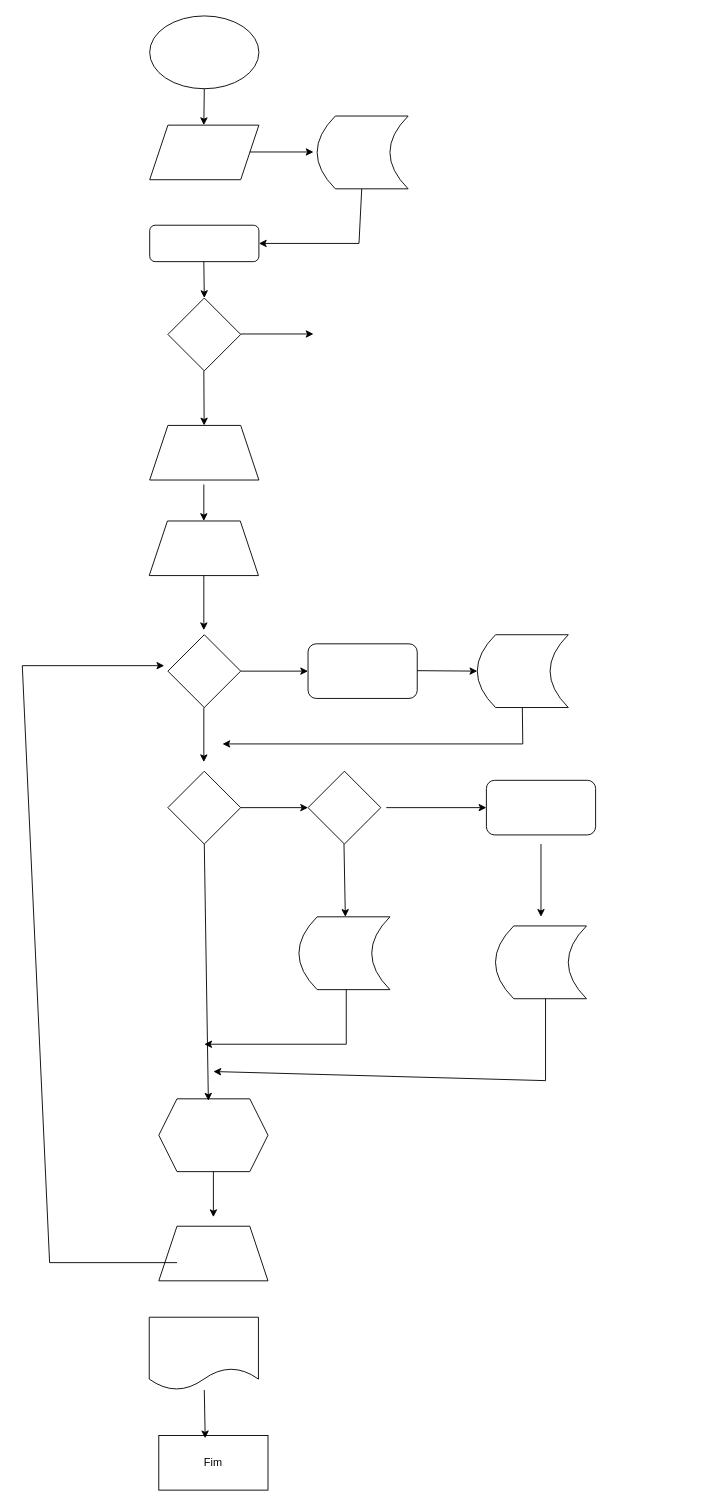
This is Diagrama sem nome.drawio from AlmirNet/back-end-logica-programcao-situacao-problema-, a draw.io file, before an edit. Source tidied: cells renumbered, new cells numbered last; positions are measured from the earlier drawing's top-left corner, leaving out a move shared by most shapes. Both pictures are drawn from the tidied source at 91%, with x=0, y=0 at pixel (22, 15).
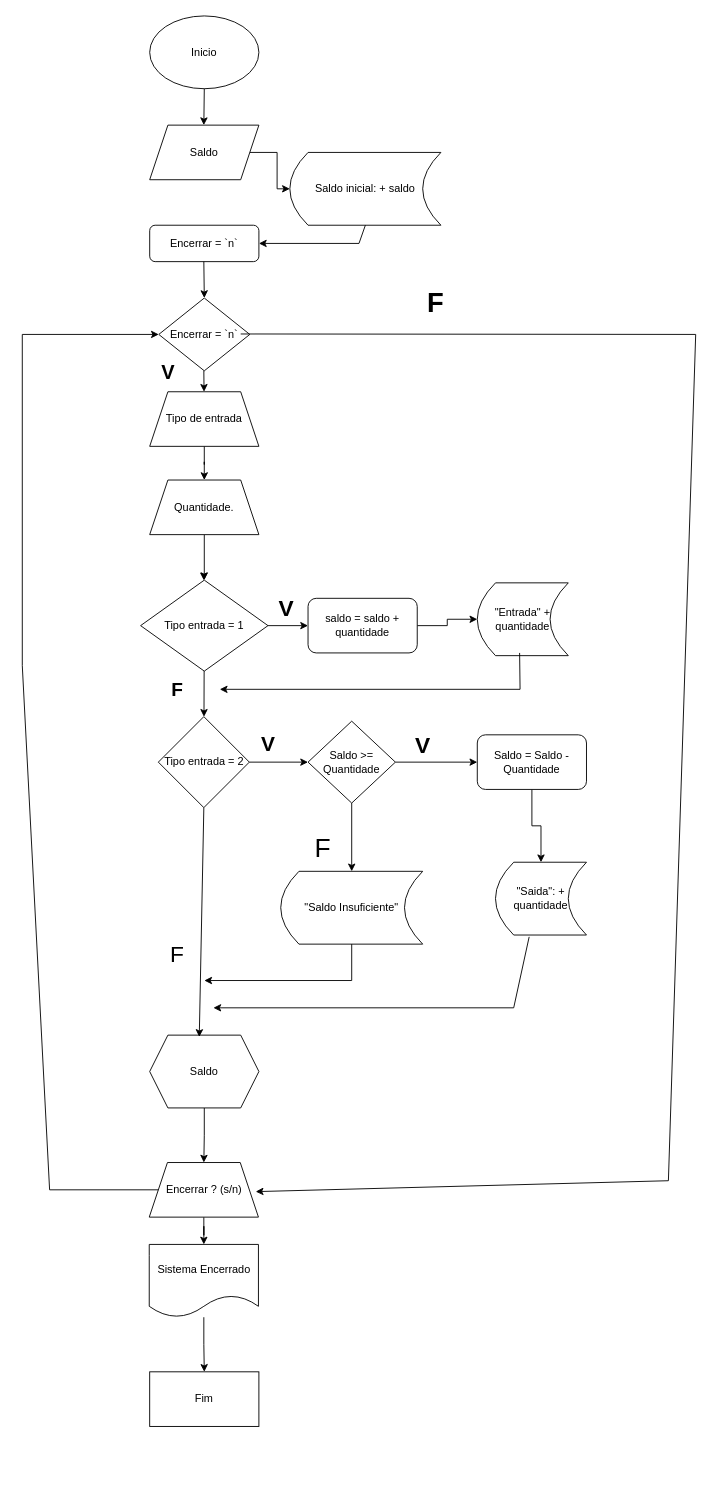
The same page after the edit.

Diff of the diagram source:
```diff
@@
-    <mxCell id="2" style="ellipse;whiteSpace=wrap;html=1;" parent="1" vertex="1">
+    <mxCell id="2" value="Inicio" style="ellipse;whiteSpace=wrap;html=1;" parent="1" vertex="1">
       <mxGeometry x="140" width="120" height="80" as="geometry" />
     </mxCell>
@@
+    <mxCell id="43" style="edgeStyle=orthogonalEdgeStyle;rounded=0;jettySize=auto;html=1;" parent="1" edge="1" source="4" target="5">
+      <mxGeometry relative="1" as="geometry" />
+    </mxCell>
-    <mxCell id="4" style="shape=parallelogram;perimeter=parallelogramPerimeter;whiteSpace=wrap;html=1;fixedSize=1;" parent="1" vertex="1">
+    <mxCell id="4" value="Saldo" style="shape=parallelogram;perimeter=parallelogramPerimeter;whiteSpace=wrap;html=1;fixedSize=1;" parent="1" vertex="1">
       <mxGeometry x="140" y="120" width="120" height="60" as="geometry" />
     </mxCell>
-    <mxCell id="5" style="shape=dataStorage;whiteSpace=wrap;html=1;fixedSize=1;" parent="1" vertex="1">
-      <mxGeometry x="324" y="110" width="100" height="80" as="geometry" />
+    <mxCell id="5" value="Saldo inicial: + saldo&lt;br&gt;" style="shape=dataStorage;whiteSpace=wrap;html=1;fixedSize=1;" parent="1" vertex="1">
+      <mxGeometry x="294" y="150" width="166" height="80" as="geometry" />
     </mxCell>
-    <mxCell id="6" style="endArrow=classic;html=1;rounded=0;" parent="1" edge="1">
-      <mxGeometry relative="1" as="geometry">
-        <mxPoint x="250" y="149.5" as="sourcePoint" />
-        <mxPoint x="320" y="149.5" as="targetPoint" />
-      </mxGeometry>
-    </mxCell>
-    <mxCell id="7" style="endArrow=classic;html=1;rounded=0;" parent="1" edge="1" target="8">
+    <mxCell id="7" style="endArrow=classic;html=1;rounded=0;exitX=0.5;exitY=1;exitDx=0;exitDy=0;" parent="1" edge="1" source="5" target="8">
       <mxGeometry relative="1" as="geometry">
-        <mxPoint x="373" y="190" as="sourcePoint" />
         <Array as="points">
           <mxPoint x="370" y="250" />
         </Array>
       </mxGeometry>
     </mxCell>
-    <mxCell id="8" style="rounded=1;whiteSpace=wrap;html=1;" parent="1" vertex="1">
+    <mxCell id="8" value="Encerrar = `n`" style="rounded=1;whiteSpace=wrap;html=1;" parent="1" vertex="1">
       <mxGeometry x="140" y="230" width="120" height="40" as="geometry" />
     </mxCell>
-    <mxCell id="9" style="rhombus;whiteSpace=wrap;html=1;" parent="1" vertex="1">
-      <mxGeometry x="160" y="310" width="80" height="80" as="geometry" />
+    <mxCell id="9" value="Encerrar = `n`" style="rhombus;whiteSpace=wrap;html=1;" parent="1" vertex="1">
+      <mxGeometry x="150" y="310" width="100" height="80" as="geometry" />
     </mxCell>
@@
-    <mxCell id="11" style="endArrow=classic;html=1;rounded=0;" parent="1" edge="1">
+    <mxCell id="11" style="endArrow=classic;html=1;rounded=0;entryX=0.975;entryY=0.533;entryDx=0;entryDy=0;entryPerimeter=0;" parent="1" edge="1" target="37">
       <mxGeometry relative="1" as="geometry">
         <mxPoint x="240" y="349.5" as="sourcePoint" />
-        <mxPoint x="320" y="349.5" as="targetPoint" />
+        <Array as="points">
+          <mxPoint x="740" y="350" />
+          <mxPoint x="710" y="1280" />
+        </Array>
       </mxGeometry>
     </mxCell>
@@
+    <mxCell id="44" style="edgeStyle=orthogonalEdgeStyle;rounded=0;jettySize=auto;html=1;" parent="1" edge="1" source="13" target="15">
+      <mxGeometry relative="1" as="geometry" />
+    </mxCell>
-    <mxCell id="13" style="shape=trapezoid;perimeter=trapezoidPerimeter;whiteSpace=wrap;html=1;fixedSize=1;" parent="1" vertex="1">
-      <mxGeometry x="140" y="450" width="120" height="60" as="geometry" />
+    <mxCell id="13" value="Tipo de entrada" style="shape=trapezoid;perimeter=trapezoidPerimeter;whiteSpace=wrap;html=1;fixedSize=1;" parent="1" vertex="1">
+      <mxGeometry x="140" y="413" width="120" height="60" as="geometry" />
     </mxCell>
@@
+    <mxCell id="45" style="edgeStyle=orthogonalEdgeStyle;rounded=0;jettySize=auto;html=1;" parent="1" edge="1" source="15" target="17">
+      <mxGeometry relative="1" as="geometry" />
+    </mxCell>
-    <mxCell id="15" style="shape=trapezoid;perimeter=trapezoidPerimeter;whiteSpace=wrap;html=1;fixedSize=1;" parent="1" vertex="1">
-      <mxGeometry x="139.5" y="555" width="120" height="60" as="geometry" />
+    <mxCell id="15" value="Quantidade." style="shape=trapezoid;perimeter=trapezoidPerimeter;whiteSpace=wrap;html=1;fixedSize=1;" parent="1" vertex="1">
+      <mxGeometry x="140" y="510" width="120" height="60" as="geometry" />
     </mxCell>
-    <mxCell id="16" style="endArrow=classic;html=1;rounded=0;" parent="1" edge="1">
+    <mxCell id="16" style="endArrow=classic;html=1;rounded=0;" parent="1" edge="1" target="17">
       <mxGeometry relative="1" as="geometry">
         <mxPoint x="199.5" y="615" as="sourcePoint" />
-        <mxPoint x="199.5" y="675" as="targetPoint" />
       </mxGeometry>
     </mxCell>
-    <mxCell id="17" style="rhombus;whiteSpace=wrap;html=1;" parent="1" vertex="1">
-      <mxGeometry x="160" y="680" width="80" height="80" as="geometry" />
+    <mxCell id="17" value="Tipo entrada = 1" style="rhombus;whiteSpace=wrap;html=1;" parent="1" vertex="1">
+      <mxGeometry x="130" y="620" width="140" height="100" as="geometry" />
     </mxCell>
@@
-    <mxCell id="19" style="endArrow=classic;html=1;rounded=0;" parent="1" edge="1">
-      <mxGeometry relative="1" as="geometry">
-        <mxPoint x="199.5" y="760" as="sourcePoint" />
-        <mxPoint x="199.5" y="820" as="targetPoint" />
-      </mxGeometry>
+    <mxCell id="19" style="endArrow=classic;html=1;rounded=0;" parent="1" edge="1" source="17" target="24">
+      <mxGeometry relative="1" as="geometry" />
     </mxCell>
+    <mxCell id="46" style="edgeStyle=orthogonalEdgeStyle;rounded=0;jettySize=auto;html=1;" parent="1" edge="1" source="20" target="22">
+      <mxGeometry relative="1" as="geometry" />
+    </mxCell>
-    <mxCell id="20" style="rounded=1;whiteSpace=wrap;html=1;" parent="1" vertex="1">
-      <mxGeometry x="314" y="690" width="120" height="60" as="geometry" />
+    <mxCell id="20" value="saldo = saldo + quantidade" style="rounded=1;whiteSpace=wrap;html=1;" parent="1" vertex="1">
+      <mxGeometry x="314" y="640" width="120" height="60" as="geometry" />
     </mxCell>
-    <mxCell id="21" style="endArrow=classic;html=1;rounded=0;" parent="1" edge="1">
-      <mxGeometry relative="1" as="geometry">
-        <mxPoint x="434" y="719.5" as="sourcePoint" />
-        <mxPoint x="500" y="720" as="targetPoint" />
-      </mxGeometry>
-    </mxCell>
-    <mxCell id="22" style="shape=dataStorage;whiteSpace=wrap;html=1;fixedSize=1;" parent="1" vertex="1">
-      <mxGeometry x="500" y="680" width="100" height="80" as="geometry" />
+    <mxCell id="22" value="&quot;Entrada&quot; + quantidade" style="shape=dataStorage;whiteSpace=wrap;html=1;fixedSize=1;" parent="1" vertex="1">
+      <mxGeometry x="500" y="623" width="100" height="80" as="geometry" />
     </mxCell>
     <mxCell id="23" style="endArrow=classic;html=1;rounded=0;" parent="1" edge="1">
       <mxGeometry relative="1" as="geometry">
-        <mxPoint x="549.5" y="760" as="sourcePoint" />
-        <mxPoint x="220" y="800" as="targetPoint" />
+        <mxPoint x="546.5" y="700" as="sourcePoint" />
+        <mxPoint x="217" y="740" as="targetPoint" />
         <Array as="points">
-          <mxPoint x="550" y="800" />
+          <mxPoint x="547" y="740" />
         </Array>
       </mxGeometry>
     </mxCell>
-    <mxCell id="24" style="rhombus;whiteSpace=wrap;html=1;" parent="1" vertex="1">
-      <mxGeometry x="160" y="830" width="80" height="80" as="geometry" />
+    <mxCell id="24" value="Tipo entrada = 2&lt;br&gt;" style="rhombus;whiteSpace=wrap;html=1;" parent="1" vertex="1">
+      <mxGeometry x="149.5" y="770" width="100" height="100" as="geometry" />
     </mxCell>
+    <mxCell id="47" style="edgeStyle=orthogonalEdgeStyle;rounded=0;jettySize=auto;html=1;" parent="1" edge="1" source="25" target="33">
+      <mxGeometry relative="1" as="geometry" />
+    </mxCell>
-    <mxCell id="25" style="rhombus;whiteSpace=wrap;html=1;" parent="1" vertex="1">
-      <mxGeometry x="314" y="830" width="80" height="80" as="geometry" />
+    <mxCell id="25" value="Saldo &amp;gt;= Quantidade&lt;br&gt;" style="rhombus;whiteSpace=wrap;html=1;" parent="1" vertex="1">
+      <mxGeometry x="314" y="775" width="96" height="90" as="geometry" />
     </mxCell>
-    <mxCell id="26" style="endArrow=classic;html=1;rounded=0;entryX=0;entryY=0.5;entryDx=0;entryDy=0;" parent="1" edge="1" target="25">
-      <mxGeometry relative="1" as="geometry">
-        <mxPoint x="240" y="870" as="sourcePoint" />
-      </mxGeometry>
+    <mxCell id="26" style="endArrow=classic;html=1;rounded=0;entryX=0;entryY=0.5;entryDx=0;entryDy=0;" parent="1" edge="1" source="24" target="25">
+      <mxGeometry relative="1" as="geometry" />
     </mxCell>
-    <mxCell id="27" style="endArrow=classic;html=1;rounded=0;entryX=0;entryY=0.5;entryDx=0;entryDy=0;" parent="1" edge="1">
-      <mxGeometry relative="1" as="geometry">
-        <mxPoint x="400" y="870" as="sourcePoint" />
-        <mxPoint x="510" y="870" as="targetPoint" />
-      </mxGeometry>
+    <mxCell id="27" style="endArrow=classic;html=1;rounded=0;" parent="1" edge="1" source="25" target="28">
+      <mxGeometry relative="1" as="geometry" />
     </mxCell>
+    <mxCell id="48" style="edgeStyle=orthogonalEdgeStyle;rounded=0;jettySize=auto;html=1;" parent="1" edge="1" source="28" target="34">
+      <mxGeometry relative="1" as="geometry" />
+    </mxCell>
-    <mxCell id="28" style="rounded=1;whiteSpace=wrap;html=1;" parent="1" vertex="1">
-      <mxGeometry x="510" y="840" width="120" height="60" as="geometry" />
+    <mxCell id="28" value="Saldo = Saldo - Quantidade&lt;br&gt;" style="rounded=1;whiteSpace=wrap;html=1;" parent="1" vertex="1">
+      <mxGeometry x="500" y="790" width="120" height="60" as="geometry" />
     </mxCell>
-    <mxCell id="29" style="endArrow=classic;html=1;rounded=0;" parent="1" edge="1">
+    <mxCell id="29" style="endArrow=classic;html=1;rounded=0;" parent="1" edge="1" source="34">
       <mxGeometry relative="1" as="geometry">
-        <mxPoint x="570" y="910" as="sourcePoint" />
         <mxPoint x="570" y="990" as="targetPoint" />
       </mxGeometry>
     </mxCell>
-    <mxCell id="30" style="endArrow=classic;html=1;rounded=0;" parent="1" edge="1">
-      <mxGeometry relative="1" as="geometry">
-        <mxPoint x="353.5" y="910" as="sourcePoint" />
-        <mxPoint x="355" y="990" as="targetPoint" />
-      </mxGeometry>
-    </mxCell>
+    <mxCell id="49" style="edgeStyle=orthogonalEdgeStyle;rounded=0;jettySize=auto;html=1;" parent="1" edge="1" source="31" target="37">
+      <mxGeometry relative="1" as="geometry" />
+    </mxCell>
-    <mxCell id="31" style="shape=hexagon;perimeter=hexagonPerimeter2;whiteSpace=wrap;html=1;fixedSize=1;" parent="1" vertex="1">
-      <mxGeometry x="150" y="1190" width="120" height="80" as="geometry" />
+    <mxCell id="31" value="Saldo" style="shape=hexagon;perimeter=hexagonPerimeter2;whiteSpace=wrap;html=1;fixedSize=1;" parent="1" vertex="1">
+      <mxGeometry x="140" y="1120" width="120" height="80" as="geometry" />
     </mxCell>
@@
-    <mxCell id="33" style="shape=dataStorage;whiteSpace=wrap;html=1;fixedSize=1;" parent="1" vertex="1">
-      <mxGeometry x="304" y="990" width="100" height="80" as="geometry" />
+    <mxCell id="33" value="&quot;Saldo Insuficiente&quot;" style="shape=dataStorage;whiteSpace=wrap;html=1;fixedSize=1;" parent="1" vertex="1">
+      <mxGeometry x="284" y="940" width="156" height="80" as="geometry" />
     </mxCell>
-    <mxCell id="34" style="shape=dataStorage;whiteSpace=wrap;html=1;fixedSize=1;" parent="1" vertex="1">
-      <mxGeometry x="520" y="1000" width="100" height="80" as="geometry" />
-    </mxCell>
-    <mxCell id="35" style="endArrow=classic;html=1;rounded=0;" parent="1" edge="1">
+    <mxCell id="35" style="endArrow=classic;html=1;rounded=0;" parent="1" edge="1" source="33">
       <mxGeometry relative="1" as="geometry">
-        <mxPoint x="356" y="1070" as="sourcePoint" />
-        <mxPoint x="200" y="1130" as="targetPoint" />
+        <mxPoint x="200" y="1060" as="targetPoint" />
         <Array as="points">
-          <mxPoint x="356" y="1130" />
+          <mxPoint x="362" y="1060" />
         </Array>
       </mxGeometry>
     </mxCell>
-    <mxCell id="36" style="endArrow=classic;html=1;rounded=0;" parent="1" edge="1">
+    <mxCell id="36" style="endArrow=classic;html=1;rounded=0;exitX=0.37;exitY=1.025;exitDx=0;exitDy=0;exitPerimeter=0;" parent="1" edge="1" source="34">
       <mxGeometry relative="1" as="geometry">
-        <mxPoint x="575" y="1080" as="sourcePoint" />
-        <mxPoint x="210" y="1160" as="targetPoint" />
+        <mxPoint x="210" y="1090" as="targetPoint" />
         <Array as="points">
-          <mxPoint x="575" y="1170" />
+          <mxPoint x="540" y="1090" />
         </Array>
       </mxGeometry>
     </mxCell>
+    <mxCell id="50" style="edgeStyle=orthogonalEdgeStyle;rounded=0;jettySize=auto;html=1;" parent="1" edge="1" source="37" target="39">
+      <mxGeometry relative="1" as="geometry" />
+    </mxCell>
-    <mxCell id="37" style="shape=trapezoid;perimeter=trapezoidPerimeter;whiteSpace=wrap;html=1;fixedSize=1;" parent="1" vertex="1">
-      <mxGeometry x="150" y="1330" width="120" height="60" as="geometry" />
+    <mxCell id="37" value="Encerrar ? (s/n)" style="shape=trapezoid;perimeter=trapezoidPerimeter;whiteSpace=wrap;html=1;fixedSize=1;" parent="1" vertex="1">
+      <mxGeometry x="139.5" y="1260" width="120" height="60" as="geometry" />
     </mxCell>
-    <mxCell id="38" style="endArrow=classic;html=1;rounded=0;" parent="1" edge="1">
-      <mxGeometry relative="1" as="geometry">
-        <mxPoint x="210" y="1270" as="sourcePoint" />
-        <mxPoint x="210" y="1320" as="targetPoint" />
-      </mxGeometry>
-    </mxCell>
+    <mxCell id="51" style="edgeStyle=orthogonalEdgeStyle;rounded=0;jettySize=auto;html=1;" parent="1" edge="1" source="39" target="40">
+      <mxGeometry relative="1" as="geometry" />
+    </mxCell>
-    <mxCell id="39" style="shape=document;whiteSpace=wrap;html=1;boundedLbl=1;" parent="1" vertex="1">
-      <mxGeometry x="139.5" y="1430" width="120" height="80" as="geometry" />
+    <mxCell id="39" value="Sistema Encerrado" style="shape=document;whiteSpace=wrap;html=1;boundedLbl=1;" parent="1" vertex="1">
+      <mxGeometry x="139.5" y="1350" width="120" height="80" as="geometry" />
     </mxCell>
     <mxCell id="40" value="Fim" style="rounded=0;whiteSpace=wrap;html=1;" parent="1" vertex="1">
-      <mxGeometry x="150" y="1560" width="120" height="60" as="geometry" />
+      <mxGeometry x="140" y="1490" width="120" height="60" as="geometry" />
     </mxCell>
-    <mxCell id="41" style="endArrow=classic;html=1;rounded=0;entryX=0.425;entryY=0.05;entryDx=0;entryDy=0;entryPerimeter=0;" parent="1" edge="1" target="40">
-      <mxGeometry relative="1" as="geometry">
-        <mxPoint x="200" y="1510" as="sourcePoint" />
-      </mxGeometry>
-    </mxCell>
-    <mxCell id="42" style="endArrow=classic;html=1;rounded=0;entryX=-0.05;entryY=0.425;entryDx=0;entryDy=0;entryPerimeter=0;" parent="1" edge="1" target="17">
+    <mxCell id="42" style="endArrow=classic;html=1;rounded=0;entryX=0;entryY=0.5;entryDx=0;entryDy=0;exitX=0;exitY=0.5;exitDx=0;exitDy=0;" parent="1" edge="1" source="37" target="9">
       <mxGeometry relative="1" as="geometry">
-        <mxPoint x="170" y="1370" as="sourcePoint" />
         <Array as="points">
-          <mxPoint x="30" y="1370" />
+          <mxPoint x="30" y="1290" />
           <mxPoint y="714" />
+          <mxPoint y="350" />
         </Array>
       </mxGeometry>
     </mxCell>
+    <mxCell id="52" value="&lt;span style=&quot;font-size: 30px;&quot;&gt;F&lt;/span&gt;" style="text;html=1;align=center;verticalAlign=middle;strokeColor=none;fillColor=none;strokeWidth=1;fontStyle=1;fontSize=30;" parent="1" vertex="1">
+      <mxGeometry x="434" y="290" width="40" height="50" as="geometry" />
+    </mxCell>
+    <mxCell id="53" value="F" style="text;html=1;align=center;verticalAlign=middle;strokeColor=none;fillColor=none;fontSize=25;" parent="1" vertex="1">
+      <mxGeometry x="150" y="1010" width="40" height="40" as="geometry" />
+    </mxCell>
+    <mxCell id="54" value="F" style="text;html=1;align=center;verticalAlign=middle;strokeColor=none;fillColor=none;fontSize=29;" parent="1" vertex="1">
+      <mxGeometry x="310" y="890" width="40" height="50" as="geometry" />
+    </mxCell>
+    <mxCell id="55" value="V&lt;font style=&quot;font-size: 23px;&quot;&gt;&lt;br style=&quot;font-size: 23px;&quot;&gt;&lt;/font&gt;" style="text;html=1;align=center;verticalAlign=middle;strokeColor=none;fillColor=none;fontSize=23;fontStyle=1;" parent="1" vertex="1">
+      <mxGeometry x="250" y="780" width="40" height="40" as="geometry" />
+    </mxCell>
+    <mxCell id="56" value="V" style="text;html=1;align=center;verticalAlign=middle;strokeColor=none;fillColor=none;fontSize=25;fontStyle=1;" parent="1" vertex="1">
+      <mxGeometry x="420" y="780" width="40" height="40" as="geometry" />
+    </mxCell>
+    <mxCell id="57" value="F" style="text;html=1;align=center;verticalAlign=middle;strokeColor=none;fillColor=none;fontSize=21;fontStyle=1;" parent="1" vertex="1">
+      <mxGeometry x="150" y="720" width="40" height="40" as="geometry" />
+    </mxCell>
+    <mxCell id="58" value="V" style="text;html=1;align=center;verticalAlign=middle;strokeColor=none;fillColor=none;fontSize=25;fontStyle=1;" parent="1" vertex="1">
+      <mxGeometry x="270" y="630" width="40" height="40" as="geometry" />
+    </mxCell>
+    <mxCell id="59" value="V" style="text;html=1;align=center;verticalAlign=middle;strokeColor=none;fillColor=none;fontSize=22;fontStyle=1;" parent="1" vertex="1">
+      <mxGeometry x="139.5" y="373" width="40" height="40" as="geometry" />
+    </mxCell>
+    <mxCell id="34" value="&quot;Saida&quot;: + quantidade&lt;br&gt;" style="shape=dataStorage;whiteSpace=wrap;html=1;fixedSize=1;" parent="1" vertex="1">
+      <mxGeometry x="520" y="930" width="100" height="80" as="geometry" />
+    </mxCell>
```
